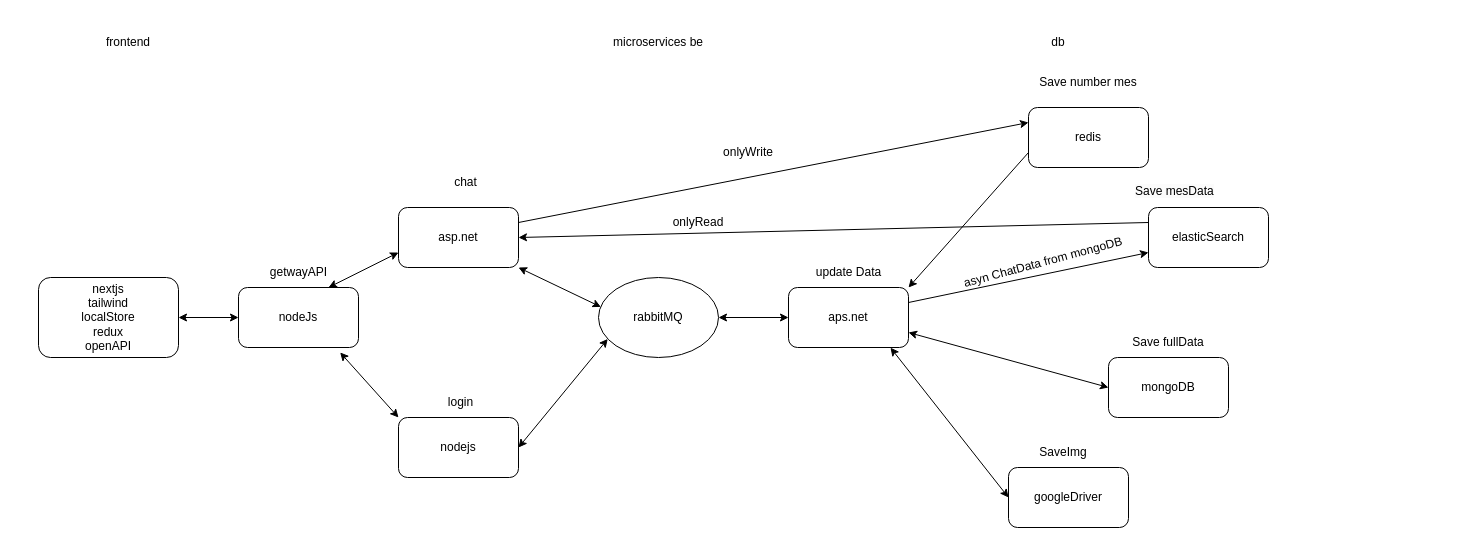
HuyNguyen3003/basicAppChat keeps this draw.io diagram as basicAppChat.drawio. Above is the earlier version. Source tidied: cells renumbered, new cells numbered last; positions are measured from the earlier drawing's top-left corner, leaving out a move shared by most shapes. Both pictures are drawn from the tidied source at 100%, with x=0, y=0 at pixel (38, 17).
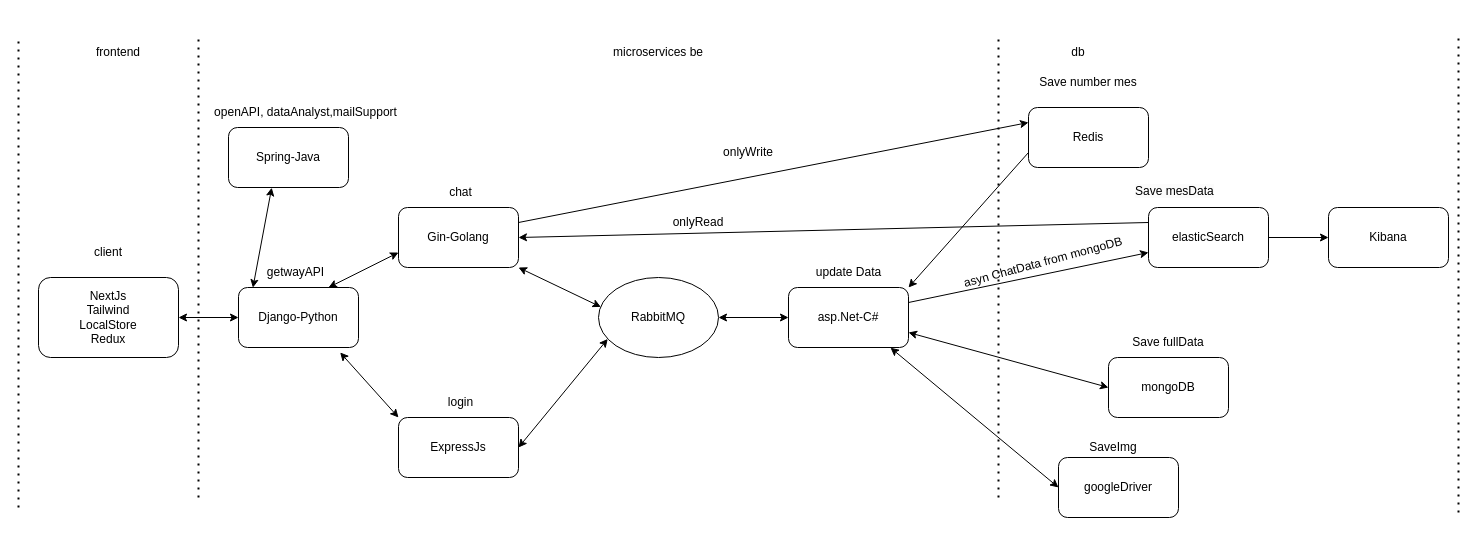
After the change.

Unchanged cells that the change refers to:
```xml
<mxCell id="10" value="elasticSearch" style="rounded=1;whiteSpace=wrap;html=1;" parent="1" vertex="1">
  <mxGeometry x="1110" y="190" width="120" height="60" as="geometry" />
</mxCell>
```

The edit, as a diff of the source:
```diff
@@
-    <mxCell id="2" value="nextjs&lt;br&gt;tailwind&lt;br&gt;localStore&lt;br&gt;redux&lt;br&gt;openAPI" style="rounded=1;whiteSpace=wrap;html=1;" parent="1" vertex="1">
+    <mxCell id="2" value="NextJs&lt;br&gt;Tailwind&lt;br&gt;LocalStore&lt;br&gt;Redux" style="rounded=1;whiteSpace=wrap;html=1;" parent="1" vertex="1">
       <mxGeometry y="260" width="140" height="80" as="geometry" />
     </mxCell>
     <mxCell id="3" value="frontend" style="text;html=1;strokeColor=none;fillColor=none;align=center;verticalAlign=middle;whiteSpace=wrap;rounded=0;" parent="1" vertex="1">
-      <mxGeometry x="60" y="10" width="60" height="30" as="geometry" />
+      <mxGeometry x="50" y="20" width="60" height="30" as="geometry" />
     </mxCell>
     <mxCell id="4" value="microservices be" style="text;html=1;strokeColor=none;fillColor=none;align=center;verticalAlign=middle;whiteSpace=wrap;rounded=0;" parent="1" vertex="1">
-      <mxGeometry x="570" width="100" height="50" as="geometry" />
+      <mxGeometry x="570" y="10" width="100" height="50" as="geometry" />
     </mxCell>
-    <mxCell id="5" value="asp.net" style="rounded=1;whiteSpace=wrap;html=1;" parent="1" vertex="1">
+    <mxCell id="5" value="Gin-Golang" style="rounded=1;whiteSpace=wrap;html=1;" parent="1" vertex="1">
       <mxGeometry x="360" y="190" width="120" height="60" as="geometry" />
     </mxCell>
     <mxCell id="6" value="db" style="text;html=1;strokeColor=none;fillColor=none;align=center;verticalAlign=middle;whiteSpace=wrap;rounded=0;" parent="1" vertex="1">
-      <mxGeometry x="990" y="10" width="60" height="30" as="geometry" />
+      <mxGeometry x="1010" y="20" width="60" height="30" as="geometry" />
     </mxCell>
-    <mxCell id="7" value="nodejs&lt;br&gt;" style="rounded=1;whiteSpace=wrap;html=1;" parent="1" vertex="1">
+    <mxCell id="7" value="ExpressJs" style="rounded=1;whiteSpace=wrap;html=1;" parent="1" vertex="1">
       <mxGeometry x="360" y="400" width="120" height="60" as="geometry" />
     </mxCell>
@@
-    <mxCell id="9" value="redis" style="rounded=1;whiteSpace=wrap;html=1;" parent="1" vertex="1">
+    <mxCell id="9" value="Redis" style="rounded=1;whiteSpace=wrap;html=1;" parent="1" vertex="1">
       <mxGeometry x="990" y="90" width="120" height="60" as="geometry" />
     </mxCell>
+    <mxCell id="38" style="edgeStyle=orthogonalEdgeStyle;rounded=0;jettySize=auto;html=1;" parent="1" edge="1" source="10" target="47">
+      <mxGeometry relative="1" as="geometry" />
+    </mxCell>
@@
     <mxCell id="11" value="googleDriver" style="rounded=1;whiteSpace=wrap;html=1;" parent="1" vertex="1">
-      <mxGeometry x="970" y="450" width="120" height="60" as="geometry" />
+      <mxGeometry x="1020" y="440" width="120" height="60" as="geometry" />
     </mxCell>
@@
     <mxCell id="19" value="chat" style="text;html=1;strokeColor=none;fillColor=none;align=center;verticalAlign=middle;whiteSpace=wrap;rounded=0;" parent="1" vertex="1">
-      <mxGeometry x="370" y="150" width="115" height="30" as="geometry" />
+      <mxGeometry x="365" y="160" width="115" height="30" as="geometry" />
     </mxCell>
@@
-    <mxCell id="21" value="rabbitMQ" style="ellipse;whiteSpace=wrap;html=1;" parent="1" vertex="1">
+    <mxCell id="21" value="RabbitMQ" style="ellipse;whiteSpace=wrap;html=1;" parent="1" vertex="1">
       <mxGeometry x="560" y="260" width="120" height="80" as="geometry" />
     </mxCell>
-    <mxCell id="22" value="aps.net" style="rounded=1;whiteSpace=wrap;html=1;" parent="1" vertex="1">
+    <mxCell id="22" value="asp.Net-C#" style="rounded=1;whiteSpace=wrap;html=1;" parent="1" vertex="1">
       <mxGeometry x="750" y="270" width="120" height="60" as="geometry" />
     </mxCell>
@@
     <mxCell id="26" value="SaveImg" style="text;html=1;strokeColor=none;fillColor=none;align=center;verticalAlign=middle;whiteSpace=wrap;rounded=0;" parent="1" vertex="1">
-      <mxGeometry x="970" y="420" width="110" height="30" as="geometry" />
+      <mxGeometry x="1020" y="415" width="110" height="30" as="geometry" />
     </mxCell>
@@
     <mxCell id="36" value="getwayAPI" style="text;html=1;strokeColor=none;fillColor=none;align=center;verticalAlign=middle;whiteSpace=wrap;rounded=0;" parent="1" vertex="1">
-      <mxGeometry x="202.5" y="240" width="115" height="30" as="geometry" />
+      <mxGeometry x="200" y="240" width="115" height="30" as="geometry" />
     </mxCell>
-    <mxCell id="37" value="nodeJs" style="rounded=1;whiteSpace=wrap;html=1;" parent="1" vertex="1">
+    <mxCell id="37" value="Django-Python" style="rounded=1;whiteSpace=wrap;html=1;" parent="1" vertex="1">
       <mxGeometry x="200" y="270" width="120" height="60" as="geometry" />
     </mxCell>
+    <mxCell id="39" value="client" style="text;html=1;strokeColor=none;fillColor=none;align=center;verticalAlign=middle;whiteSpace=wrap;rounded=0;" parent="1" vertex="1">
+      <mxGeometry x="40" y="220" width="60" height="30" as="geometry" />
+    </mxCell>
+    <mxCell id="40" style="endArrow=classic;startArrow=classic;html=1;rounded=0;exitX=0.12;exitY=0.003;exitDx=0;exitDy=0;exitPerimeter=0;entryX=0.36;entryY=1.003;entryDx=0;entryDy=0;entryPerimeter=0;" parent="1" edge="1" source="37" target="41">
+      <mxGeometry relative="1" as="geometry" />
+    </mxCell>
+    <mxCell id="41" value="Spring-Java" style="rounded=1;whiteSpace=wrap;html=1;" parent="1" vertex="1">
+      <mxGeometry x="190" y="110" width="120" height="60" as="geometry" />
+    </mxCell>
+    <mxCell id="42" value="openAPI, dataAnalyst,mailSupport" style="text;html=1;strokeColor=none;fillColor=none;align=center;verticalAlign=middle;whiteSpace=wrap;rounded=0;" parent="1" vertex="1">
+      <mxGeometry x="165" y="80" width="205" height="30" as="geometry" />
+    </mxCell>
+    <mxCell id="43" style="endArrow=none;dashed=1;html=1;dashPattern=1 3;strokeWidth=2;rounded=0;" parent="1" edge="1">
+      <mxGeometry relative="1" as="geometry">
+        <mxPoint x="160" y="480" as="sourcePoint" />
+        <mxPoint x="160" y="20" as="targetPoint" />
+      </mxGeometry>
+    </mxCell>
+    <mxCell id="44" style="endArrow=none;dashed=1;html=1;dashPattern=1 3;strokeWidth=2;rounded=0;" parent="1" edge="1">
+      <mxGeometry relative="1" as="geometry">
+        <mxPoint x="960" y="480" as="sourcePoint" />
+        <mxPoint x="960" y="20" as="targetPoint" />
+      </mxGeometry>
+    </mxCell>
+    <mxCell id="45" style="endArrow=none;dashed=1;html=1;dashPattern=1 3;strokeWidth=2;rounded=0;" parent="1" edge="1">
+      <mxGeometry relative="1" as="geometry">
+        <mxPoint x="-20" y="490" as="sourcePoint" />
+        <mxPoint x="-20" y="20" as="targetPoint" />
+      </mxGeometry>
+    </mxCell>
+    <mxCell id="46" style="endArrow=none;dashed=1;html=1;dashPattern=1 3;strokeWidth=2;rounded=0;" parent="1" edge="1">
+      <mxGeometry relative="1" as="geometry">
+        <mxPoint x="1420" y="495" as="sourcePoint" />
+        <mxPoint x="1420" y="15" as="targetPoint" />
+      </mxGeometry>
+    </mxCell>
+    <mxCell id="47" value="Kibana" style="whiteSpace=wrap;html=1;rounded=1;" parent="1" vertex="1">
+      <mxGeometry x="1290" y="190" width="120" height="60" as="geometry" />
+    </mxCell>
```
